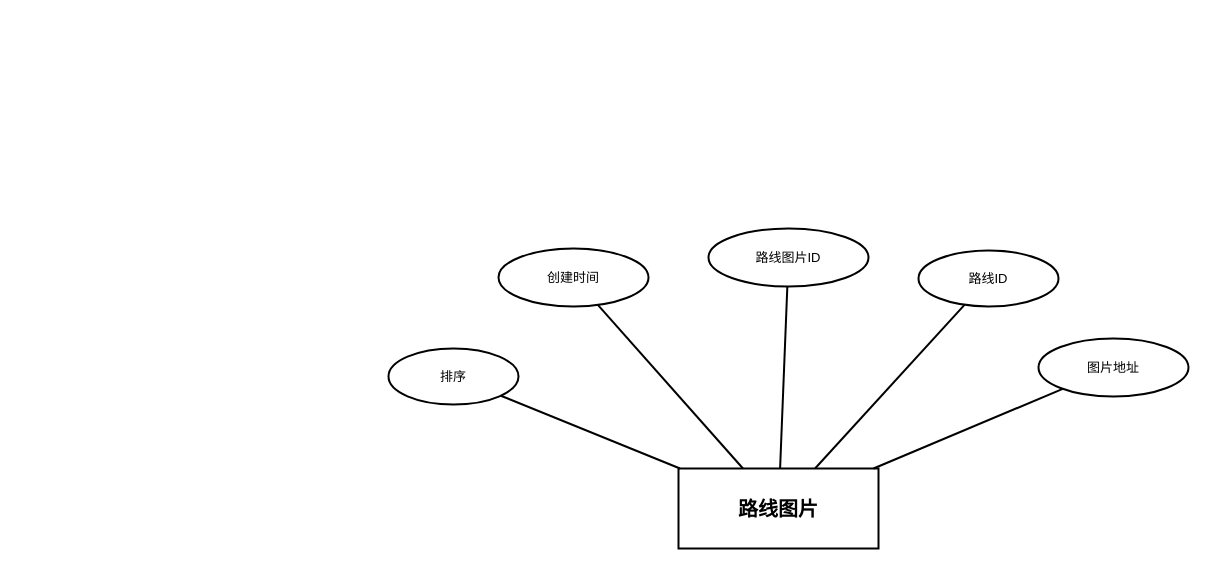
Before: DOCS/thesis/figures/entity-diagrams/trail_images/trail_images_entity.drawio in 612cs/TrailQuest, a draw.io diagram. Source tidied: cells renumbered, new cells numbered last; positions are measured from the earlier drawing's top-left corner, leaving out a move shared by most shapes. Both pictures are drawn from the tidied source at 100%, with x=0, y=0 at pixel (388, 228).
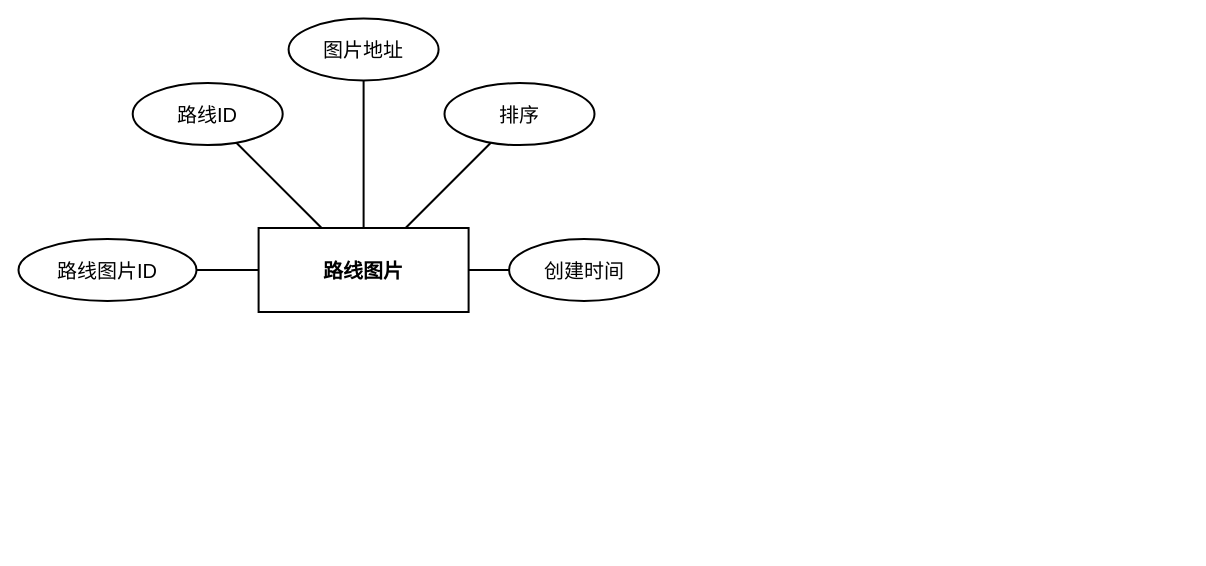
The same page after the edit.

Change to the diagram source:
```diff
@@
 <mxGraphModel>
   <root>
     <mxCell id="0" />
     <mxCell id="1" parent="0" />
-    <mxCell id="2" value="路线图片" style="rounded=0;whiteSpace=wrap;html=1;fillColor=#ffffff;strokeColor=#000000;fontColor=#000000;fontFamily=Arial;fontSize=20;fontStyle=1;align=center;verticalAlign=middle;strokeWidth=2;" parent="1" vertex="1">
-      <mxGeometry x="290" y="240" width="200" height="80" as="geometry" />
+    <mxCell id="2" value="路线图片" style="rounded=0;whiteSpace=wrap;html=1;fillColor=none;strokeColor=#000000;fontColor=#000000;fontFamily=Arial;fontSize=20;fontStyle=1;align=center;verticalAlign=middle;strokeWidth=2;gradientColor=none;shadow=0;glass=0;" parent="1" vertex="1">
+      <mxGeometry x="-129.9" y="-0.5" width="210" height="84" as="geometry" />
     </mxCell>
-    <mxCell id="3" value="路线图片ID" style="ellipse;whiteSpace=wrap;html=1;fillColor=#ffffff;strokeColor=#000000;fontColor=#000000;fontFamily=Arial;fontSize=13;align=center;verticalAlign=middle;strokeWidth=2;" parent="1" vertex="1">
-      <mxGeometry x="320" width="160" height="58" as="geometry" />
+    <mxCell id="3" value="路线图片ID" style="ellipse;whiteSpace=wrap;html=1;fillColor=none;strokeColor=#000000;fontColor=#000000;fontFamily=Arial;fontSize=20;align=center;verticalAlign=middle;strokeWidth=2;gradientColor=none;shadow=0;glass=0;" parent="1" vertex="1">
+      <mxGeometry x="-370" y="10.5" width="178" height="62" as="geometry" />
     </mxCell>
-    <mxCell id="4" value="路线ID" style="ellipse;whiteSpace=wrap;html=1;fillColor=#ffffff;strokeColor=#000000;fontColor=#000000;fontFamily=Arial;fontSize=13;align=center;verticalAlign=middle;strokeWidth=2;" parent="1" vertex="1">
-      <mxGeometry x="530" y="22" width="140" height="56" as="geometry" />
+    <mxCell id="4" value="路线ID" style="ellipse;whiteSpace=wrap;html=1;fillColor=none;strokeColor=#000000;fontColor=#000000;fontFamily=Arial;fontSize=20;align=center;verticalAlign=middle;strokeWidth=2;gradientColor=none;shadow=0;glass=0;" parent="1" vertex="1">
+      <mxGeometry x="-255.8" y="-145.4" width="150" height="62" as="geometry" />
     </mxCell>
-    <mxCell id="5" value="图片地址" style="ellipse;whiteSpace=wrap;html=1;fillColor=#ffffff;strokeColor=#000000;fontColor=#000000;fontFamily=Arial;fontSize=13;align=center;verticalAlign=middle;strokeWidth=2;" parent="1" vertex="1">
-      <mxGeometry x="650" y="110" width="150" height="58" as="geometry" />
+    <mxCell id="5" value="图片地址" style="ellipse;whiteSpace=wrap;html=1;fillColor=none;strokeColor=#000000;fontColor=#000000;fontFamily=Arial;fontSize=20;align=center;verticalAlign=middle;strokeWidth=2;gradientColor=none;shadow=0;glass=0;" parent="1" vertex="1">
+      <mxGeometry x="-99.9" y="-210" width="150" height="62" as="geometry" />
     </mxCell>
-    <mxCell id="6" value="排序" style="ellipse;whiteSpace=wrap;html=1;fillColor=#ffffff;strokeColor=#000000;fontColor=#000000;fontFamily=Arial;fontSize=13;align=center;verticalAlign=middle;strokeWidth=2;" parent="1" vertex="1">
-      <mxGeometry y="120" width="130" height="56" as="geometry" />
+    <mxCell id="6" value="排序" style="ellipse;whiteSpace=wrap;html=1;fillColor=none;strokeColor=#000000;fontColor=#000000;fontFamily=Arial;fontSize=20;align=center;verticalAlign=middle;strokeWidth=2;gradientColor=none;shadow=0;glass=0;" parent="1" vertex="1">
+      <mxGeometry x="56" y="-145.4" width="150" height="62" as="geometry" />
     </mxCell>
-    <mxCell id="7" value="创建时间" style="ellipse;whiteSpace=wrap;html=1;fillColor=#ffffff;strokeColor=#000000;fontColor=#000000;fontFamily=Arial;fontSize=13;align=center;verticalAlign=middle;strokeWidth=2;" parent="1" vertex="1">
-      <mxGeometry x="110" y="20" width="150" height="58" as="geometry" />
+    <mxCell id="7" value="创建时间" style="ellipse;whiteSpace=wrap;html=1;fillColor=none;strokeColor=#000000;fontColor=#000000;fontFamily=Arial;fontSize=20;align=center;verticalAlign=middle;strokeWidth=2;gradientColor=none;shadow=0;glass=0;" parent="1" vertex="1">
+      <mxGeometry x="120.6" y="10.5" width="150" height="62" as="geometry" />
     </mxCell>
     <mxCell id="8" style="endArrow=none;html=1;rounded=0;strokeColor=#000000;strokeWidth=2;" parent="1" edge="1" source="2" target="3">
       <mxGeometry relative="1" as="geometry" />
     </mxCell>
     <mxCell id="9" style="endArrow=none;html=1;rounded=0;strokeColor=#000000;strokeWidth=2;" parent="1" edge="1" source="2" target="4">
       <mxGeometry relative="1" as="geometry" />
     </mxCell>
     <mxCell id="10" style="endArrow=none;html=1;rounded=0;strokeColor=#000000;strokeWidth=2;" parent="1" edge="1" source="2" target="5">
       <mxGeometry relative="1" as="geometry" />
     </mxCell>
     <mxCell id="11" style="endArrow=none;html=1;rounded=0;strokeColor=#000000;strokeWidth=2;" parent="1" edge="1" source="2" target="6">
       <mxGeometry relative="1" as="geometry" />
     </mxCell>
     <mxCell id="12" style="endArrow=none;html=1;rounded=0;strokeColor=#000000;strokeWidth=2;" parent="1" edge="1" source="2" target="7">
       <mxGeometry relative="1" as="geometry" />
     </mxCell>
   </root>
 </mxGraphModel>
```
